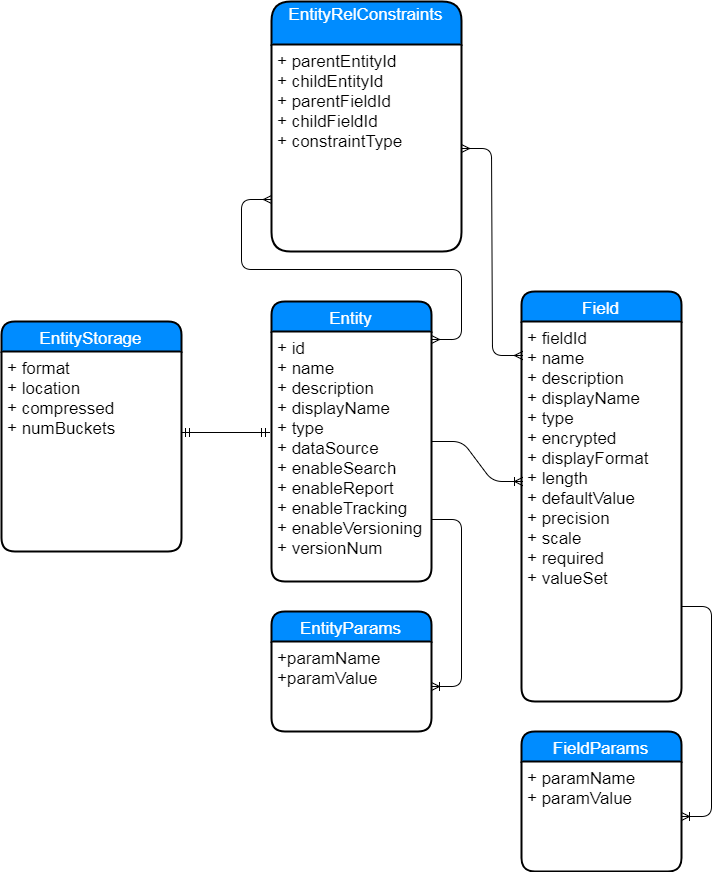
Above: entity.png in sandhyaagarwal/diagrams (draw.io), before the change. Source tidied: cells renumbered, new cells last; positions are measured from the earlier drawing's top-left corner, leaving out a move shared by most shapes.
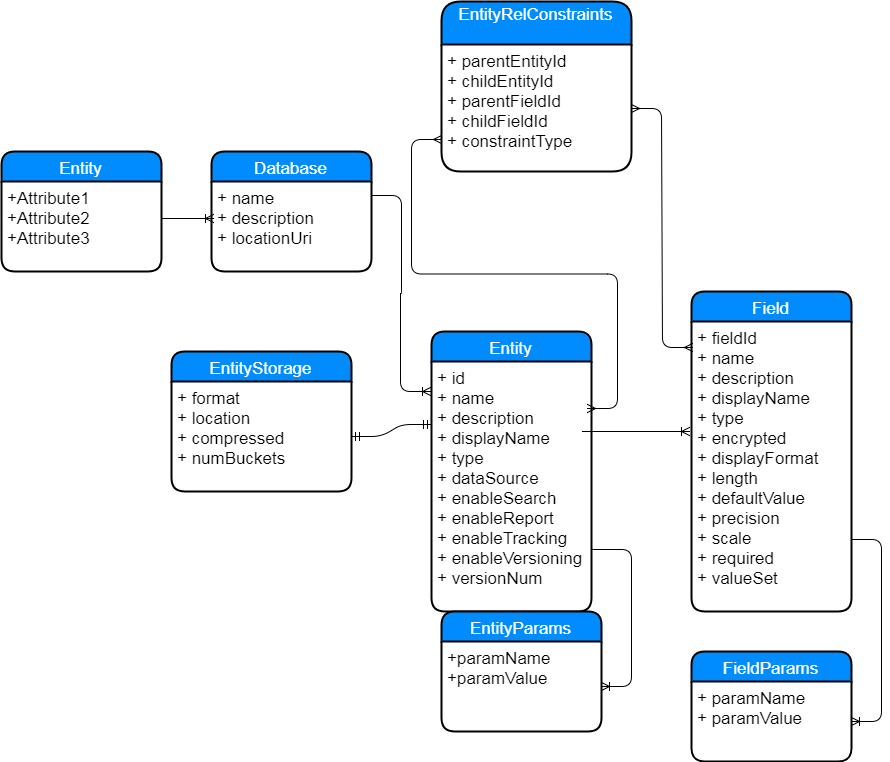
Later version of the same file.

The edit, as a diff of the source:
```diff
@@ -3,13 +3,15 @@
     <mxCell id="0" />
     <mxCell id="1" parent="0" />
     <mxCell id="2" value="Entity" style="swimlane;horizontal=1;startSize=30;fillColor=#008cff;fontColor=#FFFFFF;rounded=1;fontSize=17;fontStyle=0;strokeWidth=2;shadow=0;dashed=0;align=center;" parent="1" vertex="1">
-      <mxGeometry x="270" y="300" width="160" height="280" as="geometry" />
+      <mxGeometry x="260" y="330" width="160" height="280" as="geometry" />
     </mxCell>
     <mxCell id="3" value="+ id&#10;+ name&#10;+ description&#10;+ displayName&#10;+ type&#10;+ dataSource&#10;+ enableSearch&#10;+ enableReport&#10;+ enableTracking&#10;+ enableVersioning&#10;+ versionNum" style="align=left;strokeColor=none;fillColor=none;spacingLeft=4;fontSize=17;verticalAlign=top;" parent="2" vertex="1">
       <mxGeometry y="30" width="160" height="250" as="geometry" />
     </mxCell>
-    <mxCell id="4" style="edgeStyle=entityRelationEdgeStyle;html=1;endArrow=ERoneToMany;entryX=0.006;entryY=0.421;entryPerimeter=0;exitX=1.006;exitY=0.44;exitPerimeter=0;" parent="1" edge="1" source="3" target="12">
-      <mxGeometry relative="1" as="geometry" />
+    <mxCell id="4" style="edgeStyle=entityRelationEdgeStyle;html=1;endArrow=ERoneToMany;entryX=-0.012;entryY=0.379;entryPerimeter=0;" parent="1" edge="1" target="12">
+      <mxGeometry relative="1" as="geometry">
+        <mxPoint x="411" y="430" as="sourcePoint" />
+      </mxGeometry>
     </mxCell>
     <mxCell id="5" value="EntityParams" style="swimlane;horizontal=1;startSize=30;fillColor=#008cff;fontColor=#FFFFFF;rounded=1;fontSize=17;fontStyle=0;strokeWidth=2;shadow=0;dashed=0;align=center;" parent="1" vertex="1">
       <mxGeometry x="270" y="610" width="160" height="120" as="geometry" />
@@ -21,44 +23,63 @@
       <mxGeometry relative="1" as="geometry" />
     </mxCell>
     <mxCell id="8" value="FieldParams" style="swimlane;horizontal=1;startSize=30;fillColor=#008cff;fontColor=#FFFFFF;rounded=1;fontSize=17;fontStyle=0;strokeWidth=2;shadow=0;dashed=0;align=center;" parent="1" vertex="1">
-      <mxGeometry x="520" y="730" width="160" height="140" as="geometry" />
+      <mxGeometry x="520" y="650" width="160" height="110" as="geometry" />
     </mxCell>
     <mxCell id="9" value="+ paramName&#10;+ paramValue" style="align=left;strokeColor=none;fillColor=none;spacingLeft=4;fontSize=17;verticalAlign=top;" parent="8" vertex="1">
-      <mxGeometry y="30" width="160" height="110" as="geometry" />
+      <mxGeometry y="30" width="160" height="80" as="geometry" />
     </mxCell>
     <mxCell id="10" style="edgeStyle=entityRelationEdgeStyle;html=1;endArrow=ERoneToMany;exitX=1;exitY=0.75;" parent="1" edge="1" source="12" target="9">
       <mxGeometry relative="1" as="geometry" />
     </mxCell>
     <mxCell id="11" value="Field" style="swimlane;horizontal=1;startSize=30;fillColor=#008cff;fontColor=#FFFFFF;rounded=1;fontSize=17;fontStyle=0;strokeWidth=2;shadow=0;dashed=0;align=center;" parent="1" vertex="1">
-      <mxGeometry x="520" y="290" width="160" height="410" as="geometry" />
+      <mxGeometry x="520" y="290" width="160" height="320" as="geometry" />
     </mxCell>
     <mxCell id="12" value="+ fieldId&#10;+ name&#10;+ description&#10;+ displayName&#10;+ type&#10;+ encrypted&#10;+ displayFormat&#10;+ length&#10;+ defaultValue&#10;+ precision&#10;+ scale&#10;+ required&#10;+ valueSet&#10;" style="align=left;strokeColor=none;fillColor=none;spacingLeft=4;fontSize=17;verticalAlign=top;" parent="11" vertex="1">
-      <mxGeometry y="30" width="160" height="380" as="geometry" />
+      <mxGeometry y="30" width="160" height="290" as="geometry" />
     </mxCell>
-    <mxCell id="13" style="edgeStyle=entityRelationEdgeStyle;html=1;endArrow=ERmandOne;startArrow=ERmandOne;entryX=-0.012;entryY=0.404;entryPerimeter=0;" parent="1" edge="1" target="3">
-      <mxGeometry relative="1" as="geometry">
-        <mxPoint x="180" y="431" as="sourcePoint" />
-      </mxGeometry>
+    <mxCell id="13" style="edgeStyle=entityRelationEdgeStyle;html=1;endArrow=ERmandOne;startArrow=ERmandOne;entryX=0;entryY=0.25;" parent="1" edge="1" source="15" target="3">
+      <mxGeometry relative="1" as="geometry" />
     </mxCell>
     <mxCell id="14" value="EntityStorage" style="swimlane;horizontal=1;startSize=30;fillColor=#008cff;fontColor=#FFFFFF;rounded=1;fontSize=17;fontStyle=0;strokeWidth=2;shadow=0;dashed=0;align=center;" parent="1" vertex="1">
-      <mxGeometry y="320" width="180" height="230" as="geometry" />
+      <mxGeometry y="350" width="180" height="140" as="geometry" />
     </mxCell>
     <mxCell id="15" value="+ format&#10;+ location&#10;+ compressed&#10;+ numBuckets&#10;&#10;" style="align=left;strokeColor=none;fillColor=none;spacingLeft=4;fontSize=17;verticalAlign=top;" parent="14" vertex="1">
-      <mxGeometry y="30" width="180" height="200" as="geometry" />
+      <mxGeometry y="30" width="180" height="110" as="geometry" />
     </mxCell>
     <mxCell id="16" value="EntityRelConstraints&#10;" style="swimlane;horizontal=1;startSize=43;fillColor=#008cff;fontColor=#FFFFFF;rounded=1;fontSize=17;fontStyle=0;strokeWidth=2;shadow=0;dashed=0;align=center;" parent="1" vertex="1">
-      <mxGeometry x="270" width="190" height="250" as="geometry" />
+      <mxGeometry x="270" width="190" height="170" as="geometry" />
     </mxCell>
     <mxCell id="17" value="+ parentEntityId&#10;+ childEntityId&#10;+ parentFieldId&#10;+ childFieldId&#10;+ constraintType&#10;" style="align=left;strokeColor=none;fillColor=none;spacingLeft=4;fontSize=17;verticalAlign=top;" parent="16" vertex="1">
-      <mxGeometry y="43" width="190" height="207" as="geometry" />
+      <mxGeometry y="43" width="190" height="127" as="geometry" />
     </mxCell>
-    <mxCell id="18" style="edgeStyle=entityRelationEdgeStyle;html=1;endArrow=ERmany;startArrow=ERmany;entryX=0;entryY=0.75;" parent="1" edge="1" target="17">
-      <mxGeometry relative="1" as="geometry">
-        <mxPoint x="430" y="338" as="sourcePoint" />
-      </mxGeometry>
+    <mxCell id="18" style="edgeStyle=entityRelationEdgeStyle;html=1;endArrow=ERmany;startArrow=ERmany;entryX=0;entryY=0.75;exitX=0.975;exitY=0.188;exitPerimeter=0;" parent="1" edge="1" source="3" target="17">
+      <mxGeometry relative="1" as="geometry" />
     </mxCell>
     <mxCell id="19" style="edgeStyle=entityRelationEdgeStyle;html=1;endArrow=ERmany;startArrow=ERmany;entryX=0.006;entryY=0.089;entryPerimeter=0;exitX=1;exitY=0.5;" parent="1" edge="1" source="17" target="12">
       <mxGeometry relative="1" as="geometry" />
     </mxCell>
+    <mxCell id="20" style="edgeStyle=entityRelationEdgeStyle;html=1;endArrow=ERoneToMany;" parent="1" edge="1">
+      <mxGeometry relative="1" as="geometry">
+        <mxPoint x="200" y="194" as="sourcePoint" />
+        <mxPoint x="259" y="390" as="targetPoint" />
+      </mxGeometry>
+    </mxCell>
+    <mxCell id="21" value="Database" style="swimlane;horizontal=1;startSize=30;fillColor=#008cff;fontColor=#FFFFFF;rounded=1;fontSize=17;fontStyle=0;strokeWidth=2;shadow=0;dashed=0;align=center;" parent="1" vertex="1">
+      <mxGeometry x="40" y="150" width="160" height="120" as="geometry" />
+    </mxCell>
+    <mxCell id="22" value="+ name&#10;+ description&#10;+ locationUri" style="align=left;strokeColor=none;fillColor=none;spacingLeft=4;fontSize=17;verticalAlign=top;" parent="21" vertex="1">
+      <mxGeometry y="30" width="160" height="90" as="geometry" />
+    </mxCell>
+    <mxCell id="23" value="Entity" style="swimlane;horizontal=1;startSize=30;fillColor=#008cff;fontColor=#FFFFFF;rounded=1;fontSize=17;fontStyle=0;strokeWidth=2;shadow=0;dashed=0;align=center;" parent="1" vertex="1">
+      <mxGeometry x="-170" y="150" width="160" height="120" as="geometry" />
+    </mxCell>
+    <mxCell id="24" value="+Attribute1&#10;+Attribute2&#10;+Attribute3" style="align=left;strokeColor=none;fillColor=none;spacingLeft=4;fontSize=17;verticalAlign=top;" parent="23" vertex="1">
+      <mxGeometry y="30" width="160" height="90" as="geometry" />
+    </mxCell>
+    <mxCell id="25" style="edgeStyle=entityRelationEdgeStyle;html=1;endArrow=ERoneToMany;entryX=0.013;entryY=0.411;entryPerimeter=0;" parent="1" edge="1" target="22">
+      <mxGeometry relative="1" as="geometry">
+        <mxPoint x="-10" y="217" as="sourcePoint" />
+      </mxGeometry>
+    </mxCell>
   </root>
 </mxGraphModel>
```
